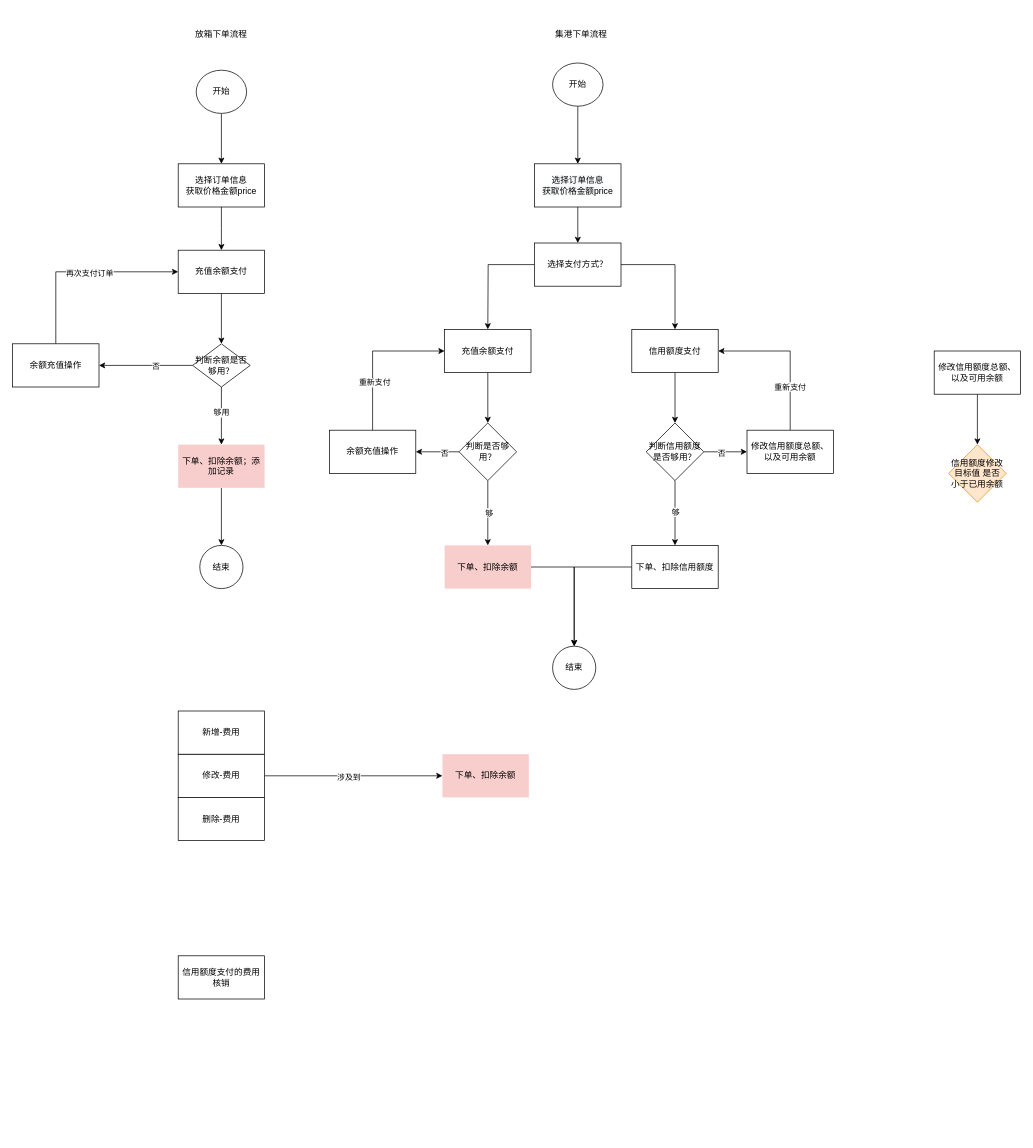
gongyao1992/draw keeps this draw.io diagram as 放箱/订单及充值流程.drawio. Above is the earlier version. Source tidied: cells renumbered, new cells numbered last; positions are measured from the earlier drawing's top-left corner, leaving out a move shared by most shapes. Both pictures are drawn from the tidied source at 72%, with x=0, y=0 at pixel (12, 12).
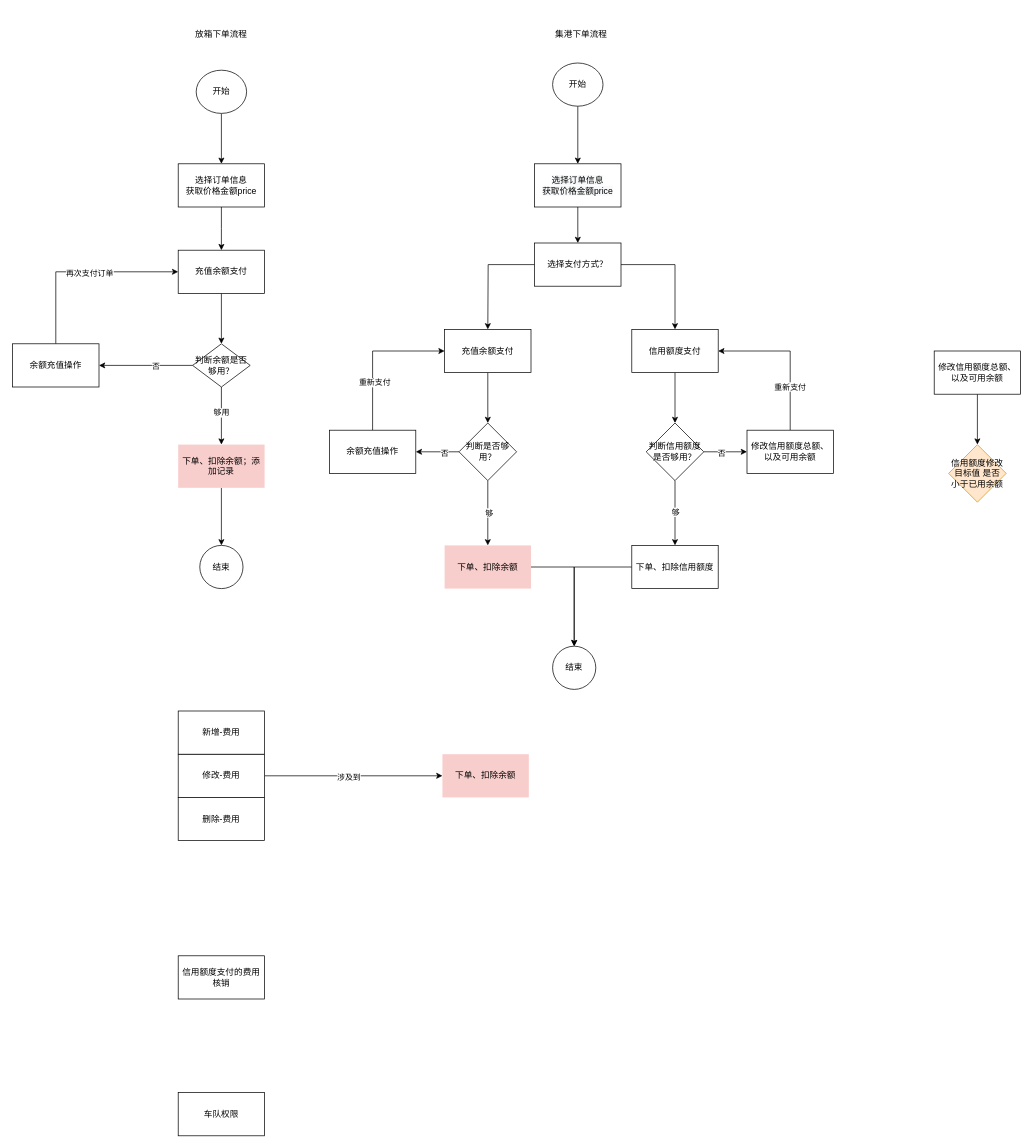
Above is the later version.

Commit message:
更新订单及充值流程.drawio

Diff of the diagram source:
```diff
@@
+    <mxCell id="63" value="车队权限" style="rounded=0;whiteSpace=wrap;html=1;sketch=0;" parent="1" vertex="1">
+      <mxGeometry x="230" y="1500" width="120" height="60" as="geometry" />
+    </mxCell>
```
